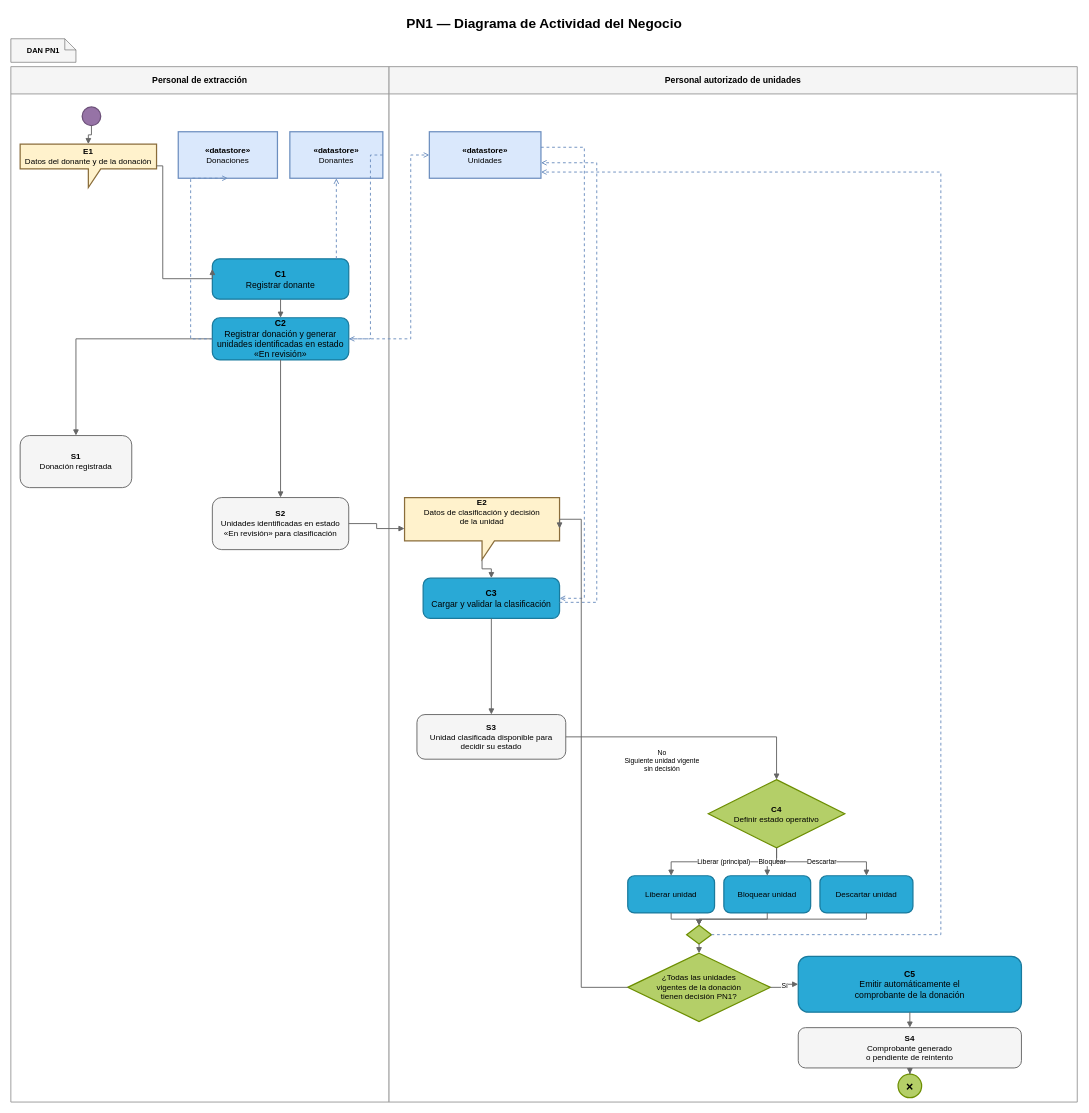
Before: Diagramas/Secuencia de Roles/PN1_DiagramaActividadNegocio.drawio in juanNH/Ingenieria-de-Software, a draw.io diagram. Source tidied: cells renumbered, new cells numbered last; positions are measured from the earlier drawing's top-left corner, leaving out a move shared by most shapes. Both pictures are drawn from the tidied source at 62%, with x=0, y=0 at pixel (11, 11).
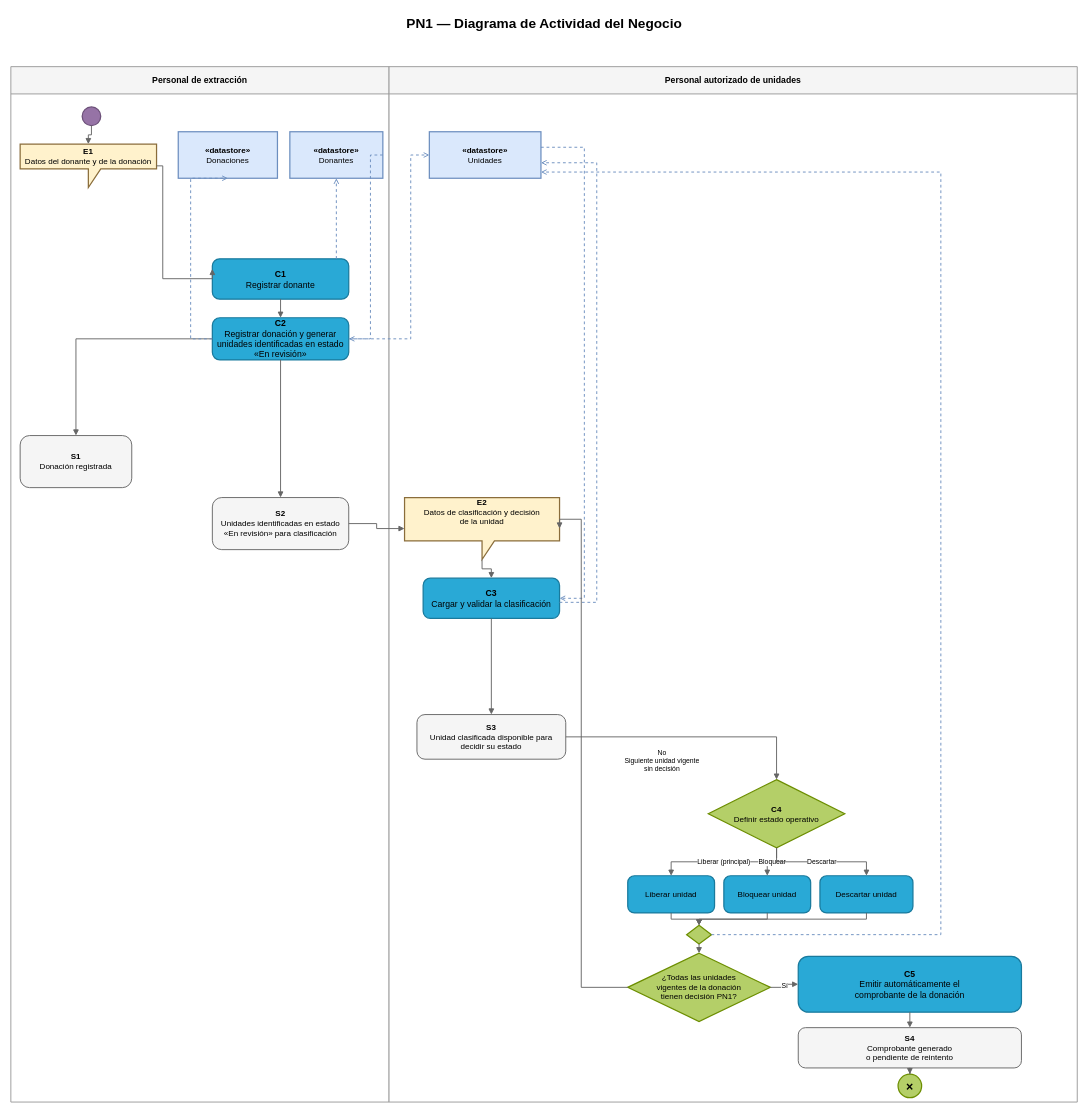
After the change.

The edit, as a diff of the source:
```diff
@@
-    <mxCell id="3" value="DAN PN1" style="shape=note;whiteSpace=wrap;html=1;size=18;fillColor=#f5f5f5;strokeColor=#666666;fontStyle=1;fontSize=12;fontFamily=Arial;align=center;verticalAlign=middle;" parent="1" vertex="1">
-      <mxGeometry y="45" width="105" height="38" as="geometry" />
-    </mxCell>
```
